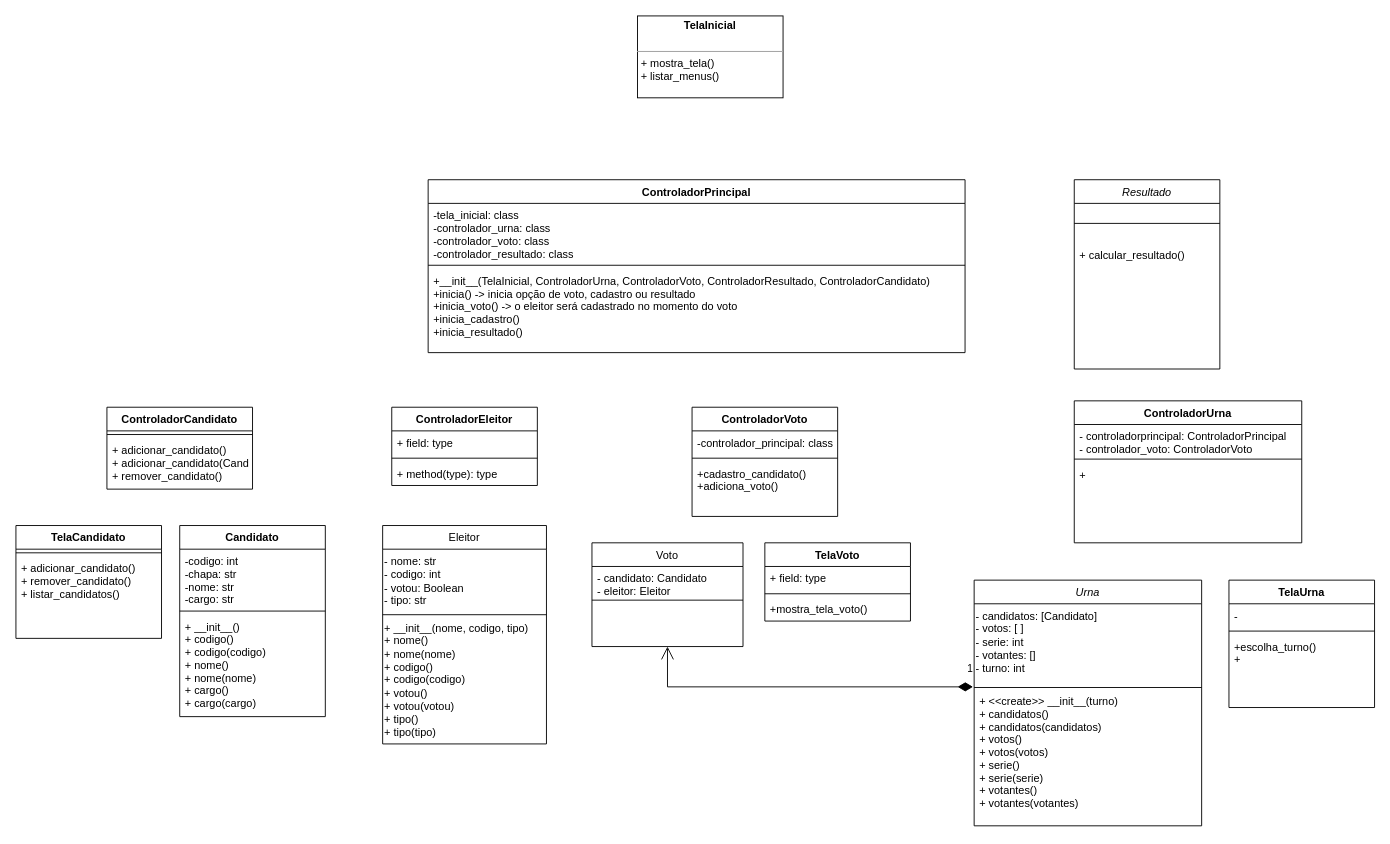
Earlier version of the draw.io diagram projeto_urna.drawio (Alien-Love/T1_INE5605). Source tidied: cells renumbered, new cells numbered last; positions are measured from the earlier drawing's top-left corner, leaving out a move shared by most shapes. Both pictures are drawn from the tidied source at 91%, with x=0, y=0 at pixel (15, 15).
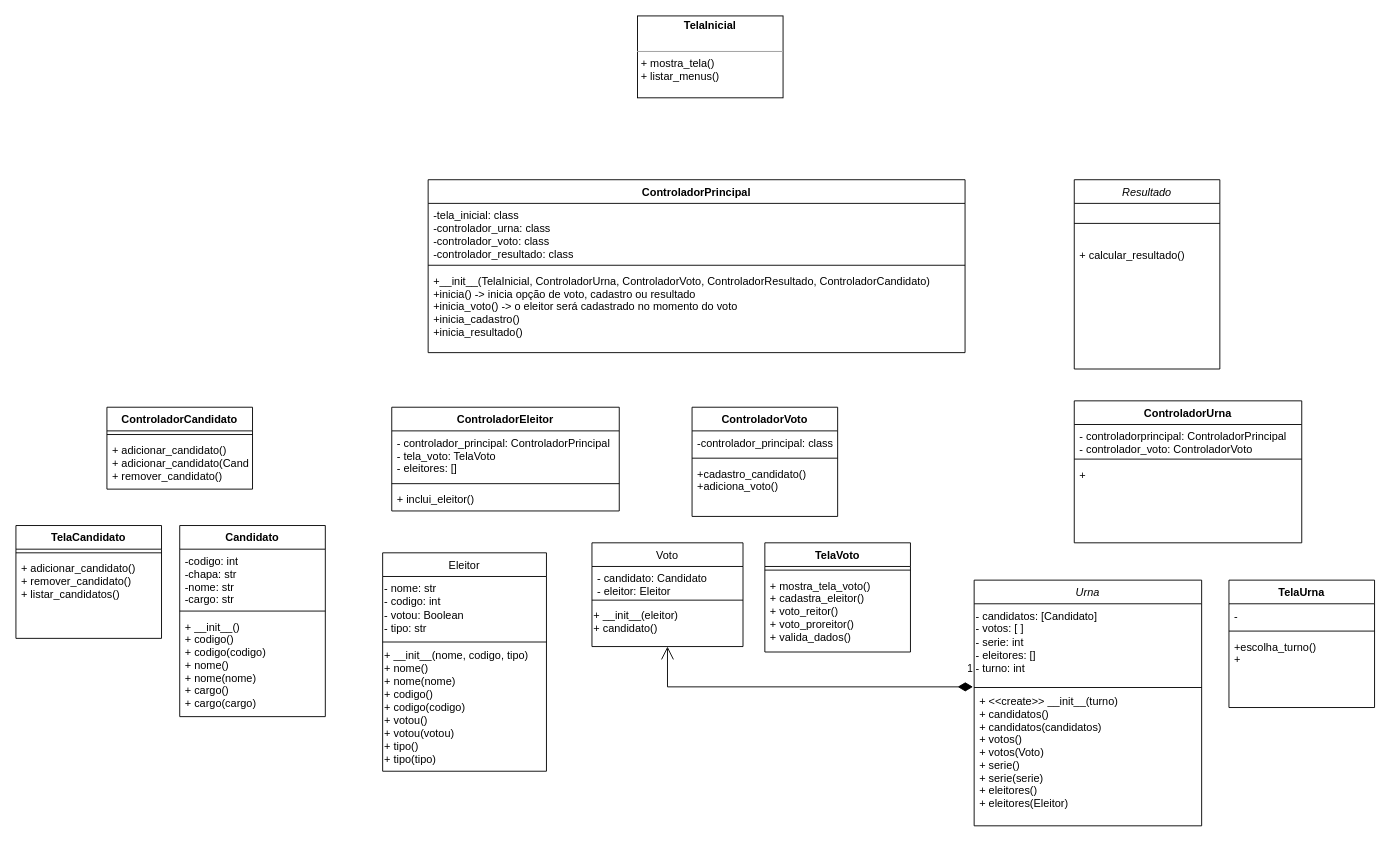
After the change.

Unchanged cells that the change refers to:
```xml
<mxCell id="2" value="Urna" style="swimlane;fontStyle=2;align=center;verticalAlign=top;horizontal=1;startSize=26;rounded=0;shadow=0;strokeWidth=1;" parent="1" vertex="1">
  <mxGeometry x="1053" y="620" width="250" height="270" as="geometry" />
</mxCell>
<mxCell id="6" value="Voto" style="swimlane;fontStyle=0;align=center;verticalAlign=top;horizontal=1;startSize=26;rounded=0;shadow=0;strokeWidth=1;" parent="1" vertex="1">
  <mxGeometry x="633" y="579" width="166" height="114" as="geometry" />
</mxCell>
```

Diff of the diagram source:
```diff
@@
-    <mxCell id="3" value="- candidatos: [Candidato]&lt;br&gt;- votos: [ ]&lt;br&gt;- serie: int&lt;br&gt;- votantes: []&lt;br&gt;- turno: int" style="text;html=1;align=left;verticalAlign=top;strokeColor=none;fillColor=none;" parent="2" vertex="1">
+    <mxCell id="3" value="- candidatos: [Candidato]&lt;br&gt;- votos: [ ]&lt;br&gt;- serie: int&lt;br&gt;- eleitores: []&lt;br&gt;- turno: int" style="text;html=1;align=left;verticalAlign=top;strokeColor=none;fillColor=none;" parent="2" vertex="1">
       <mxGeometry y="26" width="250" height="90" as="geometry" />
     </mxCell>
@@
-    <mxCell id="5" value="+ &lt;&lt;create&gt;&gt; __init__(turno)&#10;+ candidatos()&#10;+ candidatos(candidatos)&#10;+ votos()&#10;+ votos(votos)&#10;+ serie()&#10;+ serie(serie)&#10;+ votantes()&#10;+ votantes(votantes)&#10;" style="text;strokeColor=none;fillColor=none;align=left;verticalAlign=top;spacingLeft=4;spacingRight=4;overflow=hidden;points=[[0,0.5],[1,0.5]];portConstraint=eastwest;" parent="2" vertex="1">
+    <mxCell id="5" value="+ &lt;&lt;create&gt;&gt; __init__(turno)&#10;+ candidatos()&#10;+ candidatos(candidatos)&#10;+ votos()&#10;+ votos(Voto)&#10;+ serie()&#10;+ serie(serie)&#10;+ eleitores()&#10;+ eleitores(Eleitor)&#10;" style="text;strokeColor=none;fillColor=none;align=left;verticalAlign=top;spacingLeft=4;spacingRight=4;overflow=hidden;points=[[0,0.5],[1,0.5]];portConstraint=eastwest;" parent="2" vertex="1">
       <mxGeometry y="120" width="250" height="150" as="geometry" />
     </mxCell>
@@
+    <mxCell id="53" value="+ __init__(eleitor)&lt;br&gt;+ candidato()" style="text;html=1;align=left;verticalAlign=top;strokeColor=none;fillColor=none;" parent="6" vertex="1">
+      <mxGeometry y="66" width="166" height="40" as="geometry" />
+    </mxCell>
     <mxCell id="9" value="Eleitor" style="swimlane;fontStyle=0;align=center;verticalAlign=top;horizontal=1;startSize=26;rounded=0;shadow=0;strokeWidth=1;" parent="1" vertex="1">
-      <mxGeometry x="403" y="560" width="180" height="240" as="geometry" />
+      <mxGeometry x="403" y="590" width="180" height="240" as="geometry" />
     </mxCell>
@@
     <mxCell id="31" value="TelaVoto" style="swimlane;fontStyle=1;align=center;verticalAlign=top;horizontal=1;startSize=26;" parent="1" vertex="1">
-      <mxGeometry x="823" y="579" width="160" height="86" as="geometry" />
+      <mxGeometry x="823" y="579" width="160" height="120" as="geometry" />
     </mxCell>
-    <mxCell id="32" value="+ field: type" style="text;strokeColor=none;fillColor=none;align=left;verticalAlign=top;spacingLeft=4;spacingRight=4;overflow=hidden;" parent="31" vertex="1">
-      <mxGeometry y="26" width="160" height="26" as="geometry" />
-    </mxCell>
     <mxCell id="33" style="line;strokeWidth=1;fillColor=none;align=left;verticalAlign=middle;spacingTop=-1;spacingLeft=3;spacingRight=3;labelPosition=right;strokeColor=inherit;" parent="31" vertex="1">
-      <mxGeometry y="52" width="160" height="8" as="geometry" />
+      <mxGeometry y="26" width="160" height="8" as="geometry" />
     </mxCell>
-    <mxCell id="34" value="+mostra_tela_voto()" style="text;strokeColor=none;fillColor=none;align=left;verticalAlign=top;spacingLeft=4;spacingRight=4;overflow=hidden;" parent="31" vertex="1">
-      <mxGeometry y="60" width="160" height="26" as="geometry" />
+    <mxCell id="34" value="+ mostra_tela_voto()&#10;+ cadastra_eleitor()&#10;+ voto_reitor()&#10;+ voto_proreitor()&#10;+ valida_dados()" style="text;strokeColor=none;fillColor=none;align=left;verticalAlign=top;spacingLeft=4;spacingRight=4;overflow=hidden;" parent="31" vertex="1">
+      <mxGeometry y="34" width="160" height="86" as="geometry" />
     </mxCell>
@@
     <mxCell id="46" value="ControladorEleitor" style="swimlane;fontStyle=1;align=center;verticalAlign=top;horizontal=1;startSize=26;" parent="1" vertex="1">
-      <mxGeometry x="413" y="430" width="160" height="86" as="geometry" />
+      <mxGeometry x="413" y="430" width="250" height="114" as="geometry" />
     </mxCell>
-    <mxCell id="47" value="+ field: type" style="text;strokeColor=none;fillColor=none;align=left;verticalAlign=top;spacingLeft=4;spacingRight=4;overflow=hidden;" parent="46" vertex="1">
-      <mxGeometry y="26" width="160" height="26" as="geometry" />
+    <mxCell id="47" value="- controlador_principal: ControladorPrincipal&#10;- tela_voto: TelaVoto&#10;- eleitores: []" style="text;strokeColor=none;fillColor=none;align=left;verticalAlign=top;spacingLeft=4;spacingRight=4;overflow=hidden;" parent="46" vertex="1">
+      <mxGeometry y="26" width="250" height="54" as="geometry" />
     </mxCell>
     <mxCell id="48" style="line;strokeWidth=1;fillColor=none;align=left;verticalAlign=middle;spacingTop=-1;spacingLeft=3;spacingRight=3;labelPosition=right;strokeColor=inherit;" parent="46" vertex="1">
-      <mxGeometry y="52" width="160" height="8" as="geometry" />
+      <mxGeometry y="80" width="250" height="8" as="geometry" />
     </mxCell>
-    <mxCell id="49" value="+ method(type): type" style="text;strokeColor=none;fillColor=none;align=left;verticalAlign=top;spacingLeft=4;spacingRight=4;overflow=hidden;" parent="46" vertex="1">
-      <mxGeometry y="60" width="160" height="26" as="geometry" />
+    <mxCell id="49" value="+ inclui_eleitor()" style="text;strokeColor=none;fillColor=none;align=left;verticalAlign=top;spacingLeft=4;spacingRight=4;overflow=hidden;" parent="46" vertex="1">
+      <mxGeometry y="88" width="250" height="26" as="geometry" />
     </mxCell>
```
